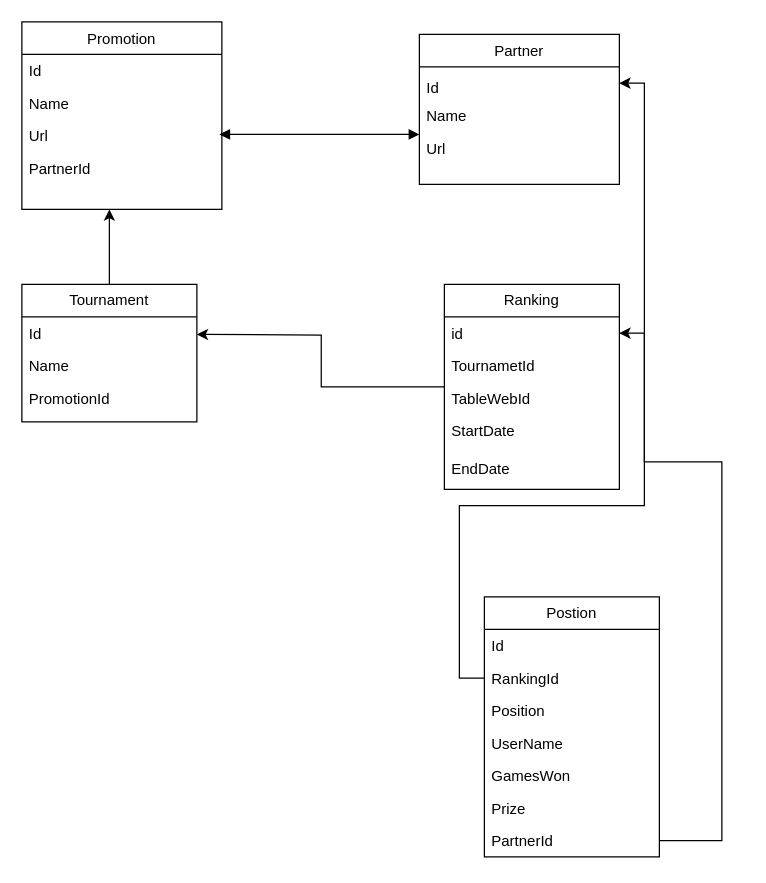
The draw.io diagram UML/Tournaments.drawio in full-stack-bcn/p3-backend-2023, before the edit. Source tidied: cells renumbered, new cells numbered last; positions are measured from the earlier drawing's top-left corner, leaving out a move shared by most shapes. Both pictures are drawn from the tidied source at 125%, with x=0, y=0 at pixel (21, 21).
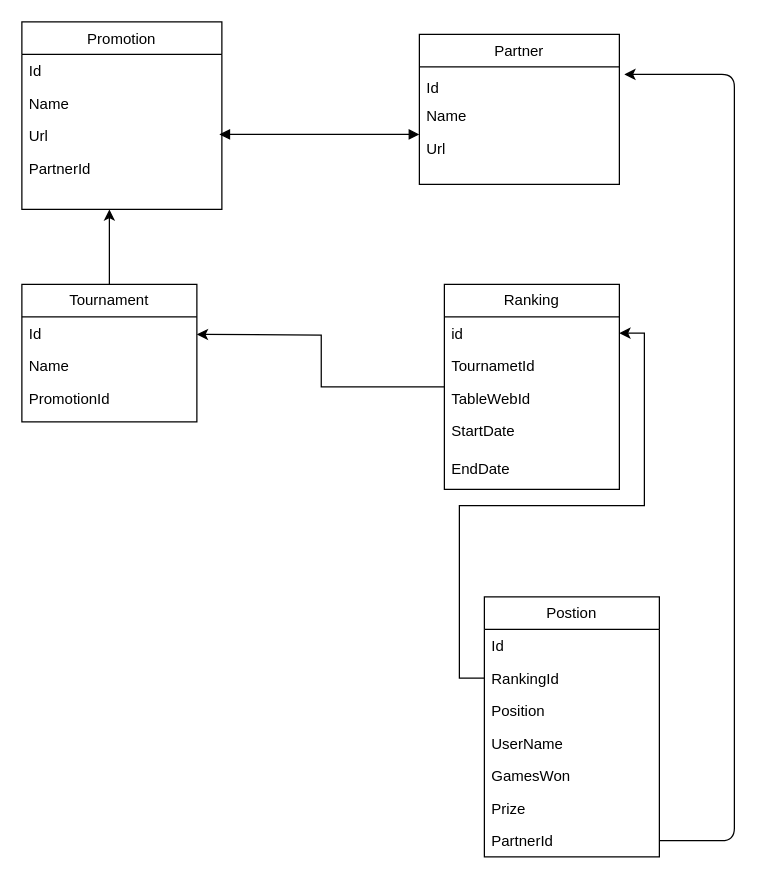
The same page after the edit.

Unchanged cells that the change refers to:
```xml
<mxCell id="3" value="Id" style="text;align=left;verticalAlign=bottom;spacingLeft=4;spacingRight=4;overflow=hidden;points=[[0,0.5],[1,0.5]];portConstraint=eastwest;strokeColor=none;" parent="2" vertex="1">
  <mxGeometry y="26" width="160" height="26" as="geometry" />
</mxCell>
<mxCell id="31" value="PartnerId" style="text;strokeColor=none;fillColor=none;align=left;verticalAlign=top;spacingLeft=4;spacingRight=4;overflow=hidden;points=[[0,0.5],[1,0.5]];portConstraint=eastwest;whiteSpace=wrap;html=1;" parent="24" vertex="1">
  <mxGeometry y="182" width="140" height="26" as="geometry" />
</mxCell>
```

The edit, as a diff of the source:
```diff
@@
-    <mxCell id="33" style="edgeStyle=orthogonalEdgeStyle;rounded=0;jettySize=auto;html=1;" parent="1" edge="1" source="31" target="3">
+    <mxCell id="33" style="edgeStyle=none;html=1;exitX=1;exitY=0.5;exitDx=0;exitDy=0;entryX=1.025;entryY=0.231;entryDx=0;entryDy=0;entryPerimeter=0;" parent="1" edge="1" source="31" target="3">
       <mxGeometry relative="1" as="geometry">
         <Array as="points">
-          <mxPoint x="560" y="655" />
-          <mxPoint x="560" y="352" />
-          <mxPoint x="498" y="352" />
-          <mxPoint x="498" y="49" />
+          <mxPoint x="570" y="655" />
+          <mxPoint x="570" y="380" />
+          <mxPoint x="570" y="42" />
         </Array>
       </mxGeometry>
     </mxCell>
```
